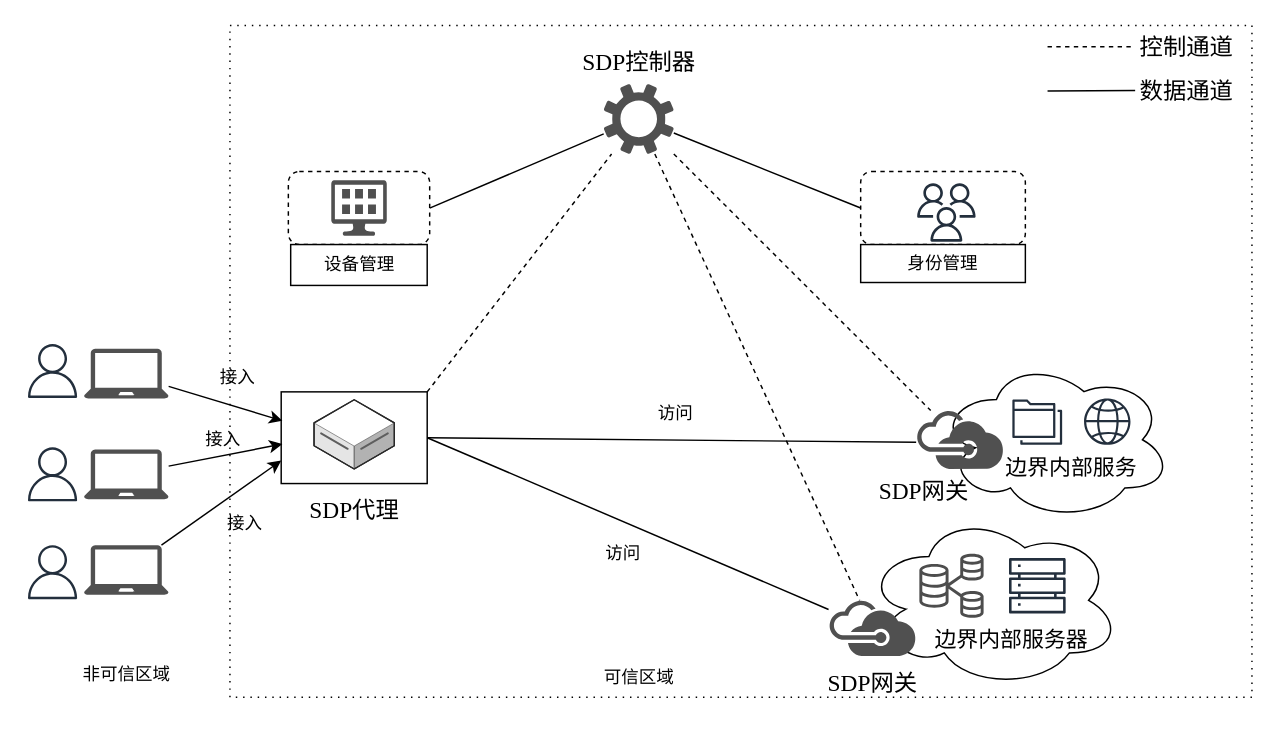
Earlier version of the draw.io diagram testDirectory/软件定义边界模型.drawio (Moose1273/-). Source tidied: cells renumbered, new cells numbered last; positions are measured from the earlier drawing's top-left corner, leaving out a move shared by most shapes. Both pictures are drawn from the tidied source at 146%, with x=0, y=0 at pixel (25, 25).
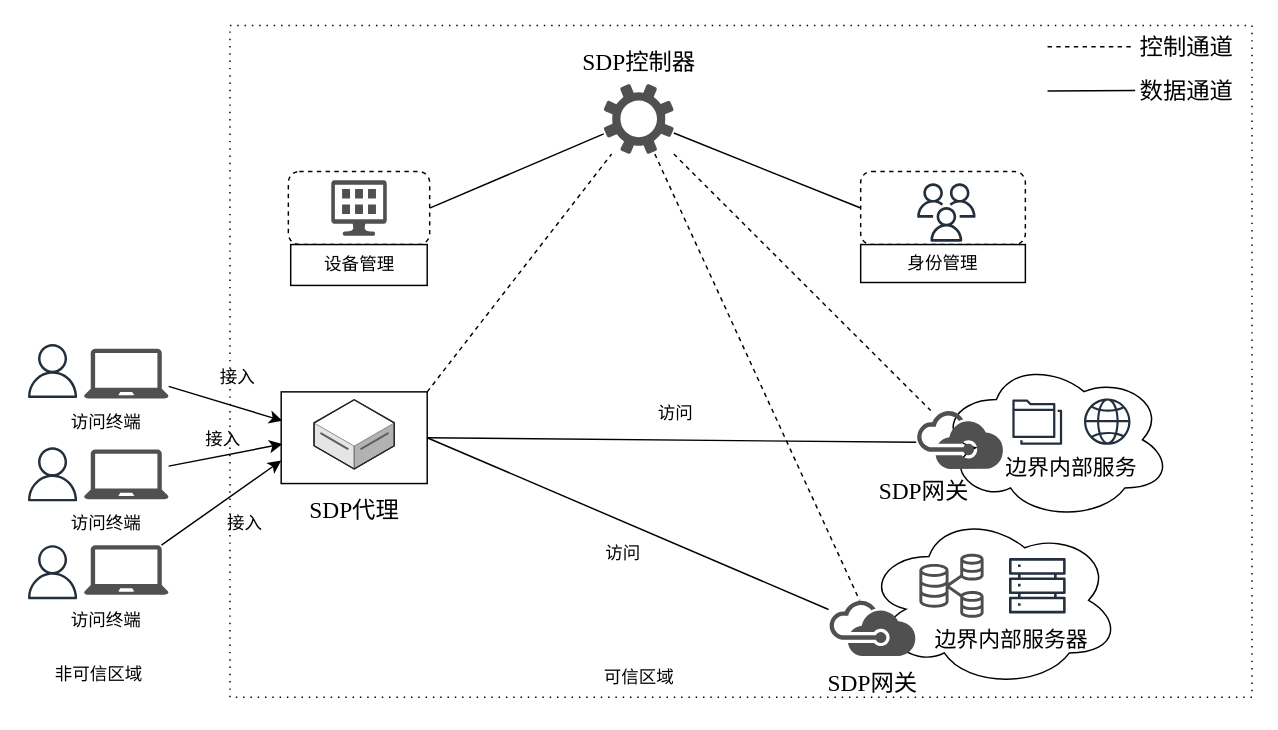
After the change.

Commit message:
更新软件定义边界模型.drawio

Change to the diagram source:
```diff
@@
     <mxCell id="52" value="非可信区域" style="text;html=1;align=center;verticalAlign=middle;strokeColor=none;fillColor=none;" parent="1" vertex="1">
-      <mxGeometry x="29" y="430" width="80" height="30" as="geometry" />
+      <mxGeometry x="10" y="430" width="80" height="30" as="geometry" />
     </mxCell>
+    <mxCell id="53" value="访问终端" style="text;html=1;align=center;verticalAlign=middle;strokeColor=none;fillColor=none;" parent="1" vertex="1">
+      <mxGeometry x="20" y="257.2" width="70" height="30" as="geometry" />
+    </mxCell>
+    <mxCell id="54" value="访问终端" style="text;html=1;align=center;verticalAlign=middle;strokeColor=none;fillColor=none;" parent="1" vertex="1">
+      <mxGeometry x="20" y="325.9" width="70" height="30" as="geometry" />
+    </mxCell>
+    <mxCell id="55" value="访问终端" style="text;html=1;align=center;verticalAlign=middle;strokeColor=none;fillColor=none;" parent="1" vertex="1">
+      <mxGeometry x="20" y="392.9" width="70" height="30" as="geometry" />
+    </mxCell>
```
